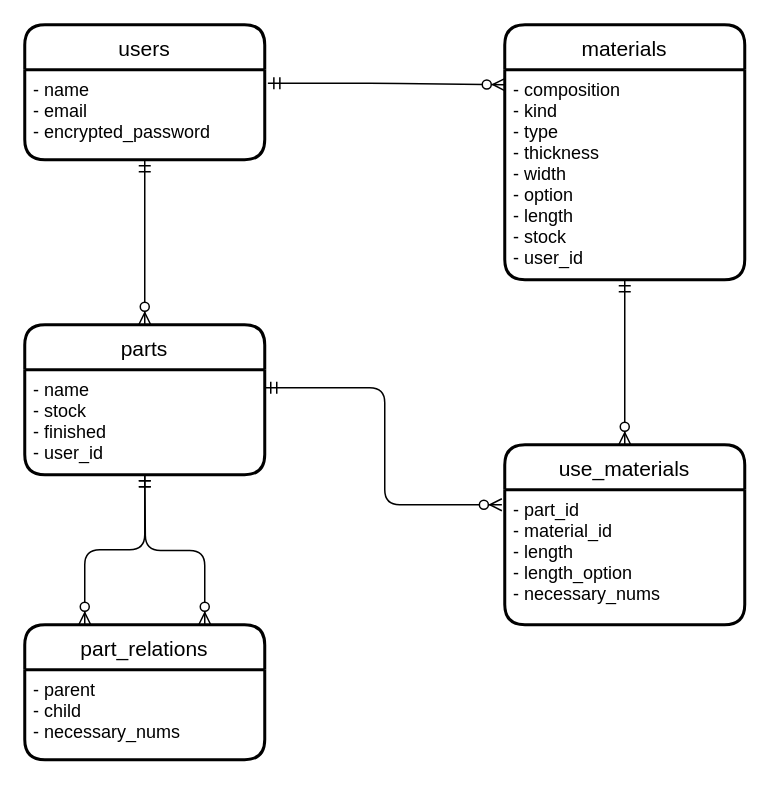
Above: ERdiagram.drawio in orange-soba/material_control (draw.io), before the change. Source tidied: cells renumbered, new cells numbered last; positions are measured from the earlier drawing's top-left corner, leaving out a move shared by most shapes. Both pictures are drawn from the tidied source at 150%, with x=0, y=0 at pixel (24, 24).
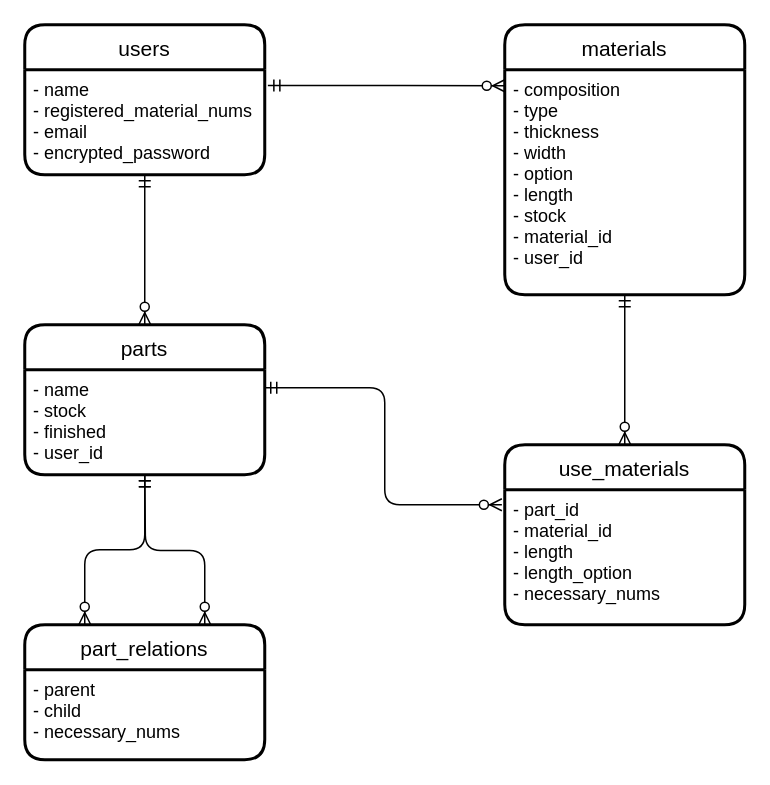
After the change.

The edit, as a diff of the source:
```diff
@@
     <mxCell id="2" value="users" style="swimlane;horizontal=1;startSize=30;rounded=1;fontSize=14;fontStyle=0;strokeWidth=2;shadow=0;dashed=0;align=center;" parent="1" vertex="1">
-      <mxGeometry width="160" height="90" as="geometry" />
+      <mxGeometry width="160" height="100" as="geometry" />
     </mxCell>
-    <mxCell id="3" value="- name&#10;- email&#10;- encrypted_password" style="align=left;strokeColor=none;fillColor=none;spacingLeft=4;fontSize=12;verticalAlign=top;" parent="2" vertex="1">
-      <mxGeometry y="30" width="160" height="60" as="geometry" />
+    <mxCell id="3" value="- name&#10;- registered_material_nums&#10;- email&#10;- encrypted_password" style="align=left;strokeColor=none;fillColor=none;spacingLeft=4;fontSize=12;verticalAlign=top;" parent="2" vertex="1">
+      <mxGeometry y="30" width="160" height="70" as="geometry" />
     </mxCell>
@@
     <mxCell id="6" value="materials" style="swimlane;horizontal=1;startSize=30;rounded=1;fontSize=14;fontStyle=0;strokeWidth=2;shadow=0;dashed=0;align=center;" parent="1" vertex="1">
-      <mxGeometry x="320" width="160" height="170" as="geometry" />
+      <mxGeometry x="320" width="160" height="180" as="geometry" />
     </mxCell>
-    <mxCell id="7" value="- composition&#10;- kind&#10;- type&#10;- thickness&#10;- width&#10;- option&#10;- length&#10;- stock&#10;- user_id" style="align=left;strokeColor=none;fillColor=none;spacingLeft=4;fontSize=12;verticalAlign=top;" parent="6" vertex="1">
-      <mxGeometry y="30" width="160" height="140" as="geometry" />
+    <mxCell id="7" value="- composition&#10;- type&#10;- thickness&#10;- width&#10;- option&#10;- length&#10;- stock&#10;- material_id&#10;- user_id" style="align=left;strokeColor=none;fillColor=none;spacingLeft=4;fontSize=12;verticalAlign=top;" parent="6" vertex="1">
+      <mxGeometry y="30" width="160" height="150" as="geometry" />
     </mxCell>
```
